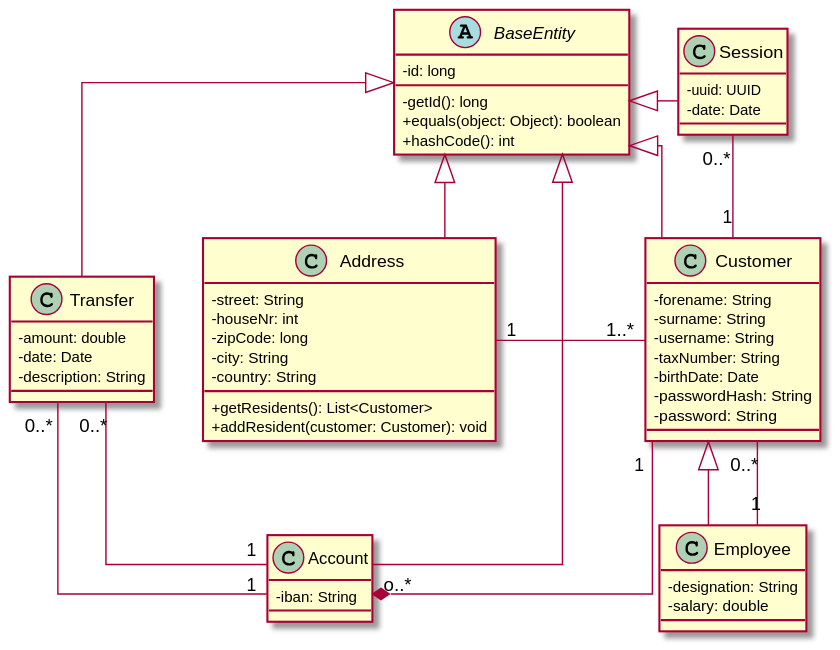
Above: documentation/diagrams/generatedDiagrams/DiagramClass_BankingService.svg in SteffBauer/sw_project (PlantUML), before the change.
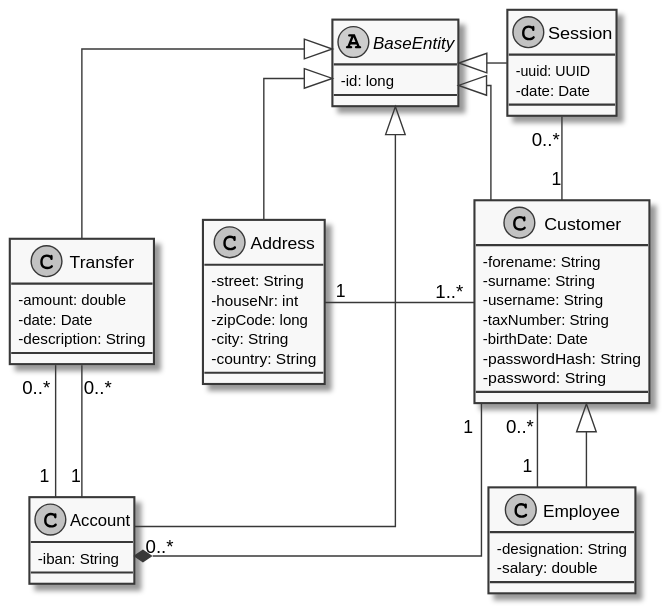
The same diagram one commit later.

Commit message:
changed diagrams to monochrome look

What changed in the source:
```diff
@@ -1,12 +1,10 @@
 @startuml
 skinparam classAttributeIconSize 0
 skinparam linetype ortho
+skinparam monochrome true
 
 abstract class BaseEntity{
    - id: long
-   - getId(): long
-   + equals(object: Object): boolean
-   + hashCode(): int
 }
 
 class Account{
@@ -19,8 +17,6 @@
   - zipCode: long
   - city: String
   - country: String
-  + getResidents(): List<Customer>
-  + addResident(customer: Customer): void
 }
 
 class Customer{
@@ -51,7 +47,7 @@
 
 
 Session "0..*" -- "1" Customer
-Customer "1" --* "o..*" Account
+Customer "1" --* "0..*" Account
 Address "1" - "1..*" Customer
 Transfer "0..*" - "1" Account
 Transfer "0..*" - "1" Account
@@ -67,5 +63,6 @@
 
 BaseEntity -[hidden]> Session
 Transfer -[hidden]> Address
+Transfer -[hidden]-> Account
 
 @enduml
```
